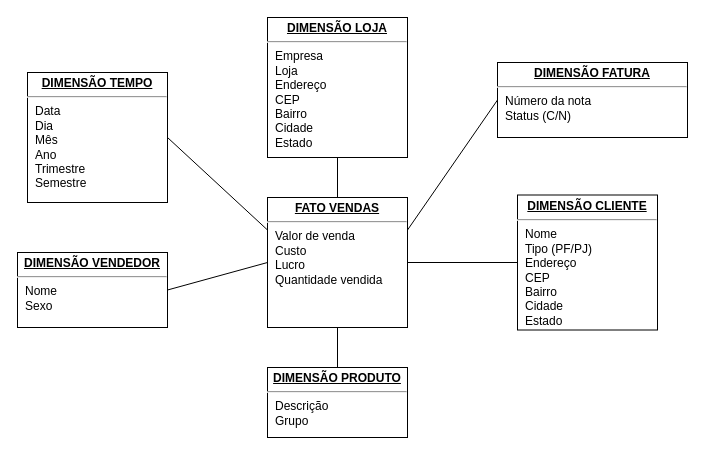
The draw.io diagram Modelo_Conceitual.drawio in fabiohb/uni7-implementacao-projetos-bi, before the edit. Source tidied: cells renumbered, new cells numbered last; positions are measured from the earlier drawing's top-left corner, leaving out a move shared by most shapes. Both pictures are drawn from the tidied source at 100%, with x=0, y=0 at pixel (17, 17).
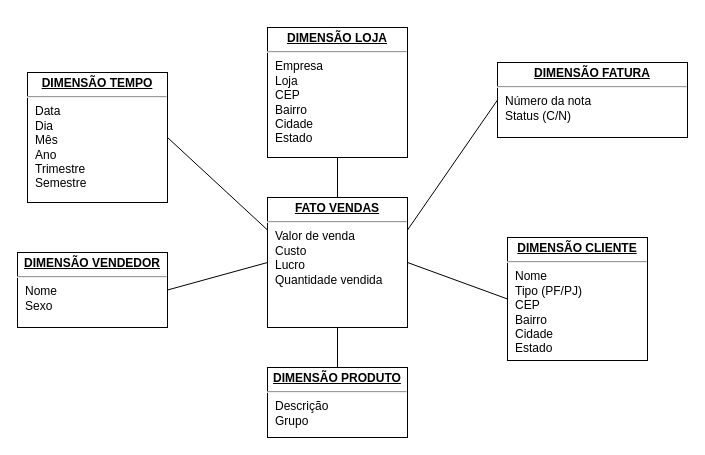
Above is the later version.

The edit, as a diff of the source:
```diff
@@
 <mxGraphModel background="#ffffff">
   <root>
     <mxCell id="0" />
     <mxCell id="1" parent="0" />
     <mxCell id="2" style="rounded=0;jettySize=auto;html=1;endArrow=none;endFill=0;exitX=0.5;exitY=0;exitDx=0;exitDy=0;entryX=0.5;entryY=1;entryDx=0;entryDy=0;" parent="1" edge="1" source="8" target="10">
       <mxGeometry relative="1" as="geometry" />
     </mxCell>
     <mxCell id="3" style="rounded=0;jettySize=auto;html=1;endArrow=none;endFill=0;entryX=1;entryY=0.5;entryDx=0;entryDy=0;exitX=0;exitY=0.25;exitDx=0;exitDy=0;" parent="1" edge="1" source="8" target="9">
       <mxGeometry relative="1" as="geometry" />
     </mxCell>
     <mxCell id="4" style="rounded=0;jettySize=auto;html=1;endArrow=none;endFill=0;" parent="1" edge="1" source="8" target="13">
       <mxGeometry relative="1" as="geometry" />
     </mxCell>
     <mxCell id="5" style="rounded=0;jettySize=auto;html=1;endArrow=none;endFill=0;exitX=0;exitY=0.5;exitDx=0;exitDy=0;entryX=1;entryY=0.5;entryDx=0;entryDy=0;" parent="1" edge="1" source="8" target="12">
       <mxGeometry relative="1" as="geometry" />
     </mxCell>
     <mxCell id="6" style="edgeStyle=none;rounded=0;jettySize=auto;html=1;entryX=0;entryY=0.5;entryDx=0;entryDy=0;endArrow=none;endFill=0;exitX=1;exitY=0.5;exitDx=0;exitDy=0;" parent="1" edge="1" source="8" target="11">
       <mxGeometry relative="1" as="geometry" />
     </mxCell>
     <mxCell id="7" style="edgeStyle=none;rounded=0;jettySize=auto;html=1;entryX=0;entryY=0.5;entryDx=0;entryDy=0;endArrow=none;endFill=0;exitX=1;exitY=0.25;exitDx=0;exitDy=0;" parent="1" edge="1" source="8" target="14">
       <mxGeometry relative="1" as="geometry" />
     </mxCell>
     <mxCell id="8" value="&lt;p style=&quot;margin: 0px ; margin-top: 4px ; text-align: center ; text-decoration: underline&quot;&gt;&lt;b&gt;FATO VENDAS&lt;/b&gt;&lt;/p&gt;&lt;hr&gt;&lt;p style=&quot;margin: 0px ; margin-left: 8px&quot;&gt;Valor de venda&lt;/p&gt;&lt;p style=&quot;margin: 0px ; margin-left: 8px&quot;&gt;Custo&lt;/p&gt;&lt;p style=&quot;margin: 0px ; margin-left: 8px&quot;&gt;Lucro&lt;/p&gt;&lt;p style=&quot;margin: 0px ; margin-left: 8px&quot;&gt;Quantidade vendida&lt;/p&gt;" style="verticalAlign=top;align=left;overflow=fill;fontSize=12;fontFamily=Helvetica;html=1;rounded=0;shadow=0;comic=0;labelBackgroundColor=none;strokeWidth=1;" parent="1" vertex="1">
       <mxGeometry x="250" y="180" width="140" height="130" as="geometry" />
     </mxCell>
     <mxCell id="9" value="&lt;p style=&quot;margin: 0px ; margin-top: 4px ; text-align: center ; text-decoration: underline&quot;&gt;&lt;b&gt;DIMENSÃO TEMPO&lt;/b&gt;&lt;/p&gt;&lt;hr&gt;&lt;p style=&quot;margin: 0px ; margin-left: 8px&quot;&gt;Data&lt;/p&gt;&lt;p style=&quot;margin: 0px ; margin-left: 8px&quot;&gt;Dia&lt;/p&gt;&lt;p style=&quot;margin: 0px ; margin-left: 8px&quot;&gt;Mês&lt;/p&gt;&lt;p style=&quot;margin: 0px ; margin-left: 8px&quot;&gt;Ano&lt;/p&gt;&lt;p style=&quot;margin: 0px ; margin-left: 8px&quot;&gt;Trimestre&lt;/p&gt;&lt;p style=&quot;margin: 0px ; margin-left: 8px&quot;&gt;Semestre&lt;/p&gt;&lt;p style=&quot;margin: 0px ; margin-left: 8px&quot;&gt;&lt;br&gt;&lt;/p&gt;" style="verticalAlign=top;align=left;overflow=fill;fontSize=12;fontFamily=Helvetica;html=1;rounded=0;shadow=0;comic=0;labelBackgroundColor=none;strokeWidth=1;" parent="1" vertex="1">
       <mxGeometry x="10" y="55" width="140" height="130" as="geometry" />
     </mxCell>
-    <mxCell id="10" value="&lt;p style=&quot;margin: 0px ; margin-top: 4px ; text-align: center ; text-decoration: underline&quot;&gt;&lt;b&gt;DIMENSÃO LOJA&lt;/b&gt;&lt;/p&gt;&lt;hr&gt;&lt;p style=&quot;margin: 0px ; margin-left: 8px&quot;&gt;Empresa&lt;/p&gt;&lt;p style=&quot;margin: 0px ; margin-left: 8px&quot;&gt;&lt;span&gt;Loja&lt;/span&gt;&lt;br&gt;&lt;/p&gt;&lt;p style=&quot;margin: 0px ; margin-left: 8px&quot;&gt;&lt;span&gt;Endereço&lt;/span&gt;&lt;br&gt;&lt;/p&gt;&lt;p style=&quot;margin: 0px 0px 0px 8px&quot;&gt;CEP&lt;/p&gt;&lt;p style=&quot;margin: 0px 0px 0px 8px&quot;&gt;Bairro&lt;/p&gt;&lt;p style=&quot;margin: 0px 0px 0px 8px&quot;&gt;Cidade&lt;/p&gt;&lt;p style=&quot;margin: 0px 0px 0px 8px&quot;&gt;Estado&lt;/p&gt;" style="verticalAlign=top;align=left;overflow=fill;fontSize=12;fontFamily=Helvetica;html=1;rounded=0;shadow=0;comic=0;labelBackgroundColor=none;strokeWidth=1;" parent="1" vertex="1">
-      <mxGeometry x="250" width="140" height="140" as="geometry" />
+    <mxCell id="10" value="&lt;p style=&quot;margin: 0px ; margin-top: 4px ; text-align: center ; text-decoration: underline&quot;&gt;&lt;b&gt;DIMENSÃO LOJA&lt;/b&gt;&lt;/p&gt;&lt;hr&gt;&lt;p style=&quot;margin: 0px ; margin-left: 8px&quot;&gt;Empresa&lt;/p&gt;&lt;p style=&quot;margin: 0px ; margin-left: 8px&quot;&gt;&lt;span&gt;Loja&lt;/span&gt;&lt;/p&gt;&lt;p style=&quot;margin: 0px 0px 0px 8px&quot;&gt;CEP&lt;/p&gt;&lt;p style=&quot;margin: 0px 0px 0px 8px&quot;&gt;Bairro&lt;/p&gt;&lt;p style=&quot;margin: 0px 0px 0px 8px&quot;&gt;Cidade&lt;/p&gt;&lt;p style=&quot;margin: 0px 0px 0px 8px&quot;&gt;Estado&lt;/p&gt;" style="verticalAlign=top;align=left;overflow=fill;fontSize=12;fontFamily=Helvetica;html=1;rounded=0;shadow=0;comic=0;labelBackgroundColor=none;strokeWidth=1;" parent="1" vertex="1">
+      <mxGeometry x="250" y="10" width="140" height="130" as="geometry" />
     </mxCell>
-    <mxCell id="11" value="&lt;p style=&quot;margin: 0px ; margin-top: 4px ; text-align: center ; text-decoration: underline&quot;&gt;&lt;b&gt;DIMENSÃO CLIENTE&lt;/b&gt;&lt;/p&gt;&lt;hr&gt;&lt;p style=&quot;margin: 0px ; margin-left: 8px&quot;&gt;Nome&lt;/p&gt;&lt;p style=&quot;margin: 0px ; margin-left: 8px&quot;&gt;Tipo (PF/PJ)&lt;/p&gt;&lt;p style=&quot;margin: 0px ; margin-left: 8px&quot;&gt;Endereço&lt;/p&gt;&lt;p style=&quot;margin: 0px ; margin-left: 8px&quot;&gt;CEP&lt;/p&gt;&lt;p style=&quot;margin: 0px ; margin-left: 8px&quot;&gt;Bairro&lt;/p&gt;&lt;p style=&quot;margin: 0px ; margin-left: 8px&quot;&gt;Cidade&lt;/p&gt;&lt;p style=&quot;margin: 0px ; margin-left: 8px&quot;&gt;Estado&lt;/p&gt;" style="verticalAlign=top;align=left;overflow=fill;fontSize=12;fontFamily=Helvetica;html=1;rounded=0;shadow=0;comic=0;labelBackgroundColor=none;strokeWidth=1;" parent="1" vertex="1">
-      <mxGeometry x="500" y="177.5" width="140" height="135" as="geometry" />
+    <mxCell id="11" value="&lt;p style=&quot;margin: 0px ; margin-top: 4px ; text-align: center ; text-decoration: underline&quot;&gt;&lt;b&gt;DIMENSÃO CLIENTE&lt;/b&gt;&lt;/p&gt;&lt;hr&gt;&lt;p style=&quot;margin: 0px ; margin-left: 8px&quot;&gt;Nome&lt;/p&gt;&lt;p style=&quot;margin: 0px ; margin-left: 8px&quot;&gt;Tipo (PF/PJ)&lt;/p&gt;&lt;p style=&quot;margin: 0px ; margin-left: 8px&quot;&gt;CEP&lt;/p&gt;&lt;p style=&quot;margin: 0px ; margin-left: 8px&quot;&gt;Bairro&lt;/p&gt;&lt;p style=&quot;margin: 0px ; margin-left: 8px&quot;&gt;Cidade&lt;/p&gt;&lt;p style=&quot;margin: 0px ; margin-left: 8px&quot;&gt;Estado&lt;/p&gt;" style="verticalAlign=top;align=left;overflow=fill;fontSize=12;fontFamily=Helvetica;html=1;rounded=0;shadow=0;comic=0;labelBackgroundColor=none;strokeWidth=1;" parent="1" vertex="1">
+      <mxGeometry x="490" y="220" width="140" height="123" as="geometry" />
     </mxCell>
     <mxCell id="12" value="&lt;p style=&quot;margin: 0px ; margin-top: 4px ; text-align: center ; text-decoration: underline&quot;&gt;&lt;b&gt;DIMENSÃO VENDEDOR&lt;/b&gt;&lt;/p&gt;&lt;hr&gt;&lt;p style=&quot;margin: 0px ; margin-left: 8px&quot;&gt;Nome&lt;br&gt;&lt;/p&gt;&lt;p style=&quot;margin: 0px ; margin-left: 8px&quot;&gt;Sexo&lt;/p&gt;&lt;p style=&quot;margin: 0px ; margin-left: 8px&quot;&gt;&lt;br&gt;&lt;/p&gt;" style="verticalAlign=top;align=left;overflow=fill;fontSize=12;fontFamily=Helvetica;html=1;rounded=0;shadow=0;comic=0;labelBackgroundColor=none;strokeWidth=1;" parent="1" vertex="1">
       <mxGeometry y="235" width="150" height="75" as="geometry" />
     </mxCell>
     <mxCell id="13" value="&lt;p style=&quot;margin: 0px ; margin-top: 4px ; text-align: center ; text-decoration: underline&quot;&gt;&lt;b&gt;DIMENSÃO PRODUTO&lt;/b&gt;&lt;/p&gt;&lt;hr&gt;&lt;p style=&quot;margin: 0px ; margin-left: 8px&quot;&gt;Descrição&lt;br&gt;&lt;/p&gt;&lt;p style=&quot;margin: 0px ; margin-left: 8px&quot;&gt;&lt;span&gt;Grupo&lt;/span&gt;&lt;br&gt;&lt;/p&gt;" style="verticalAlign=top;align=left;overflow=fill;fontSize=12;fontFamily=Helvetica;html=1;rounded=0;shadow=0;comic=0;labelBackgroundColor=none;strokeWidth=1;" parent="1" vertex="1">
       <mxGeometry x="250" y="350" width="140" height="70" as="geometry" />
     </mxCell>
     <mxCell id="14" value="&lt;p style=&quot;margin: 0px ; margin-top: 4px ; text-align: center ; text-decoration: underline&quot;&gt;&lt;b&gt;DIMENSÃO FATURA&lt;/b&gt;&lt;/p&gt;&lt;hr&gt;&lt;p style=&quot;margin: 0px ; margin-left: 8px&quot;&gt;Número da nota&lt;/p&gt;&lt;p style=&quot;margin: 0px ; margin-left: 8px&quot;&gt;Status (C/N)&lt;/p&gt;&lt;p style=&quot;margin: 0px ; margin-left: 8px&quot;&gt;&lt;br&gt;&lt;/p&gt;" style="verticalAlign=top;align=left;overflow=fill;fontSize=12;fontFamily=Helvetica;html=1;rounded=0;shadow=0;comic=0;labelBackgroundColor=none;strokeWidth=1;" parent="1" vertex="1">
       <mxGeometry x="480" y="45" width="190" height="75" as="geometry" />
     </mxCell>
   </root>
 </mxGraphModel>
```
